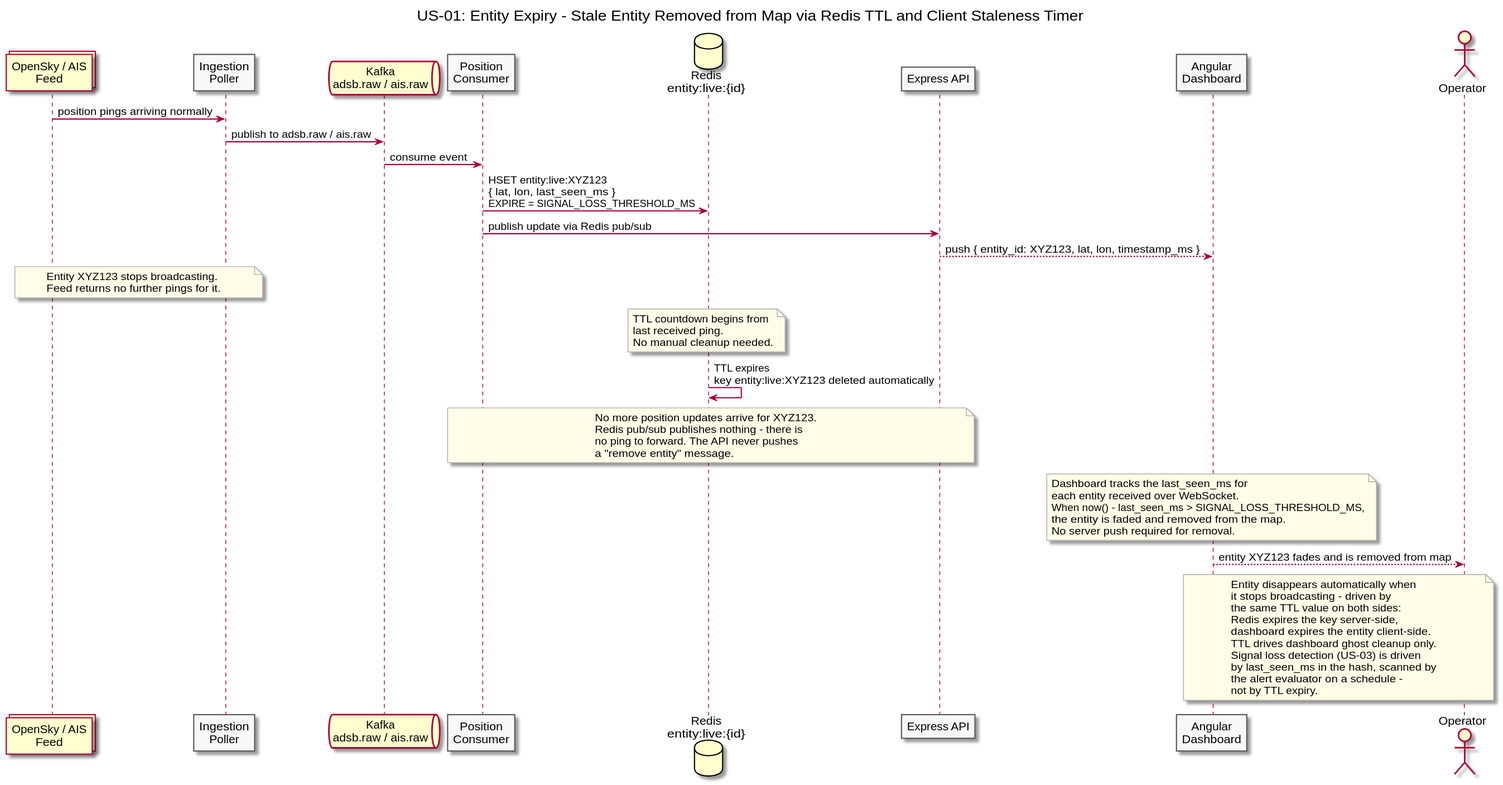
This is diagrams/docs/use-cases/US-01-live-entity-tracking/entity-expiry.svg from Buffden/sentinel, a PlantUML export, as it was before one commit.
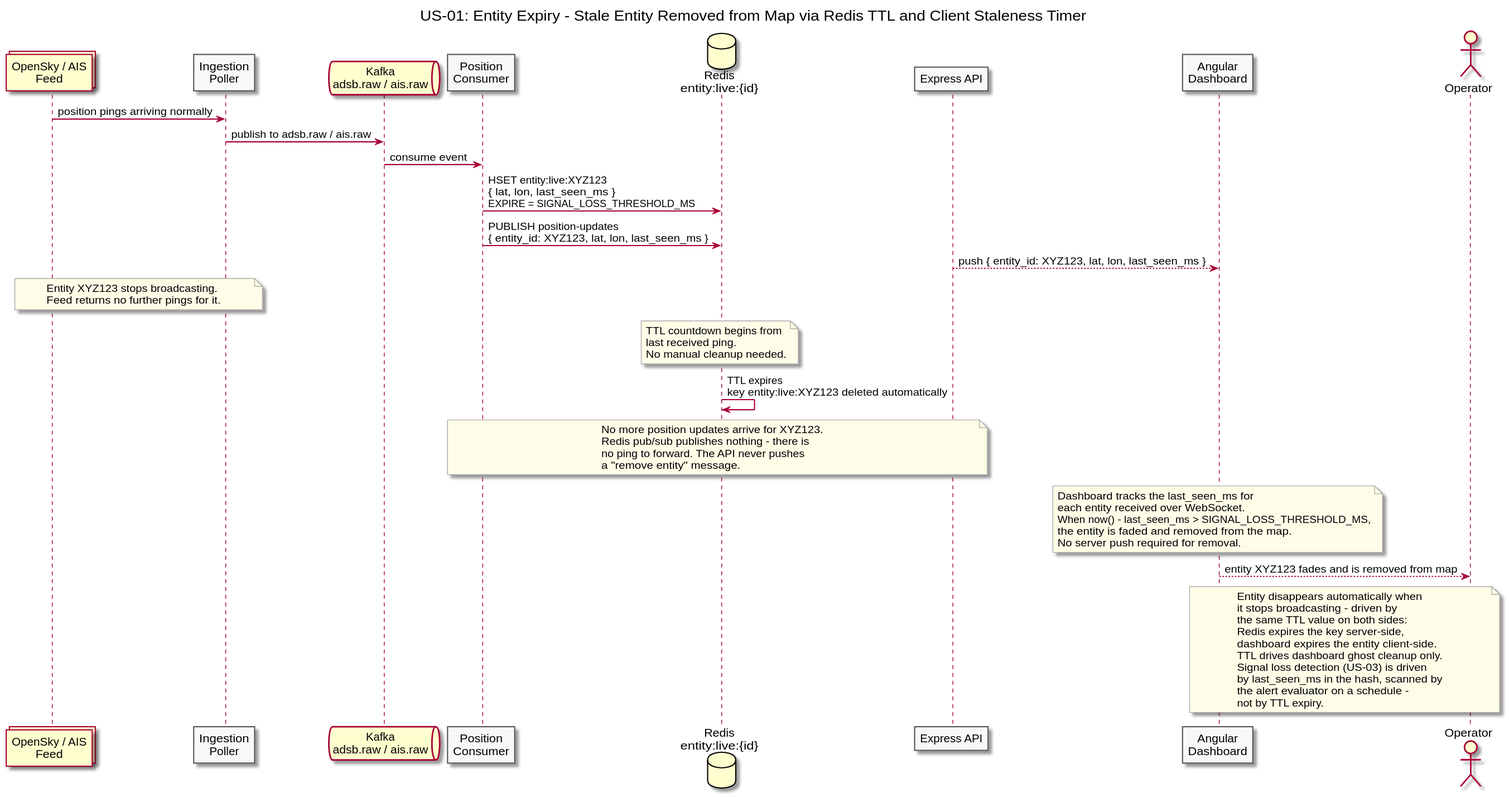
Above is the later version.

Change to the diagram source:
```diff
@@ -20,8 +20,8 @@
 Poller -> Kafka : publish to adsb.raw / ais.raw
 Kafka -> Consumer : consume event
 Consumer -> Redis : HSET entity:live:XYZ123\n{ lat, lon, last_seen_ms }\nEXPIRE = SIGNAL_LOSS_THRESHOLD_MS
-Consumer -> API : publish update via Redis pub/sub
-API --> Dashboard : push { entity_id: XYZ123, lat, lon, timestamp_ms }
+Consumer -> Redis : PUBLISH position-updates\n{ entity_id: XYZ123, lat, lon, last_seen_ms }
+API --> Dashboard : push { entity_id: XYZ123, lat, lon, last_seen_ms }
 
 note over Feed, Poller
   Entity XYZ123 stops broadcasting.
```
